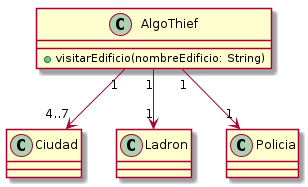
Earlier version of the PlantUML export diagrams/classes/clase_algothief.png (MegaRedHand/algo-thief). Its diagram source:
```plantuml
@startuml

class AlgoThief {
    + visitarEdificio(nombreEdificio: String)
}

AlgoThief "1" --> "4..7" Ciudad
AlgoThief "1" --> "1" Ladron
AlgoThief "1" --> "1" Policia

@enduml
```
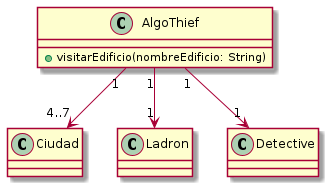
After the commit.

The edit, as a diff of the source:
```diff
@@ -4,8 +4,9 @@
     + visitarEdificio(nombreEdificio: String)
 }
 
+
 AlgoThief "1" --> "4..7" Ciudad
 AlgoThief "1" --> "1" Ladron
-AlgoThief "1" --> "1" Policia
+AlgoThief "1" --> "1" Detective
 
 @enduml
```
